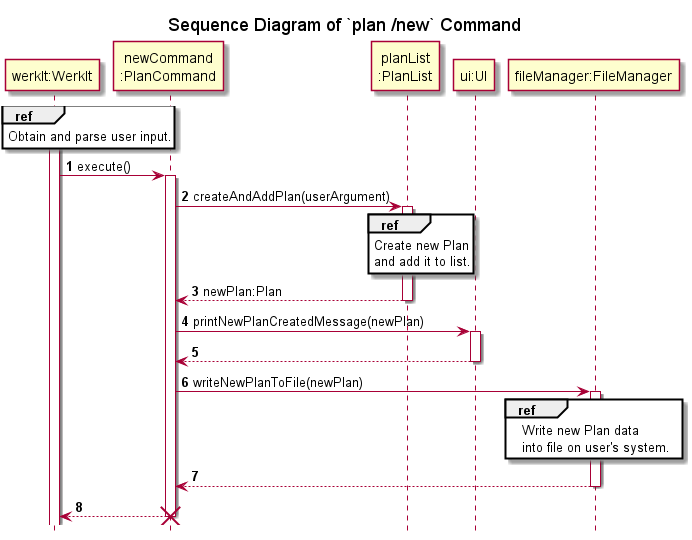
Above: docs/uml/sequenceDiagrams/plans/images/createPlan-Part1.png in nus-cs2113-AY2122S2/tp (PlantUML), before the change.
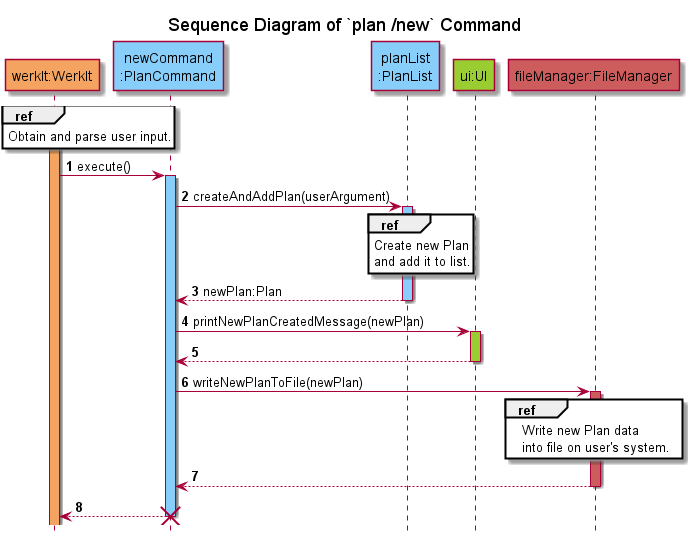
The same diagram one commit later.

Diff of the diagram source:
```diff
@@ -6,21 +6,21 @@
 title Sequence Diagram of `plan /new` Command
 hide footbox
 
-participant "werkIt:WerkIt" AS WerkIt
-participant "newCommand\n:PlanCommand" AS newCommand
-participant "planList\n:PlanList" AS PlanList
-participant "ui:UI" AS UI2
-participant "fileManager:FileManager" as FileManager
+participant "werkIt:WerkIt" AS WerkIt #Sandybrown
+participant "newCommand\n:PlanCommand" AS newCommand #LightSkyBlue
+participant "planList\n:PlanList" AS PlanList #LightSkyBlue
+participant "ui:UI" AS UI2 #YellowGreen
+participant "fileManager:FileManager" as FileManager #IndianRed
 
-activate WerkIt
+activate WerkIt #Sandybrown
 ref over WerkIt
 Obtain and parse user input.
 end
 
 WerkIt -> newCommand : execute()
-activate newCommand
+activate newCommand #LightSkyBlue
 newCommand -> PlanList : createAndAddPlan(userArgument)
-activate PlanList
+activate PlanList #LightSkyBlue
 ref over PlanList
 Create new Plan
 and add it to list.
@@ -29,12 +29,12 @@
 deactivate PlanList
 
 newCommand -> UI2 : printNewPlanCreatedMessage(newPlan)
-activate UI2
+activate UI2 #YellowGreen
 newCommand <-- UI2
 deactivate UI2
 
 newCommand -> FileManager : writeNewPlanToFile(newPlan)
-activate FileManager
+activate FileManager #IndianRed
 ref over FileManager
 Write new Plan data
 into file on user's system.
```
